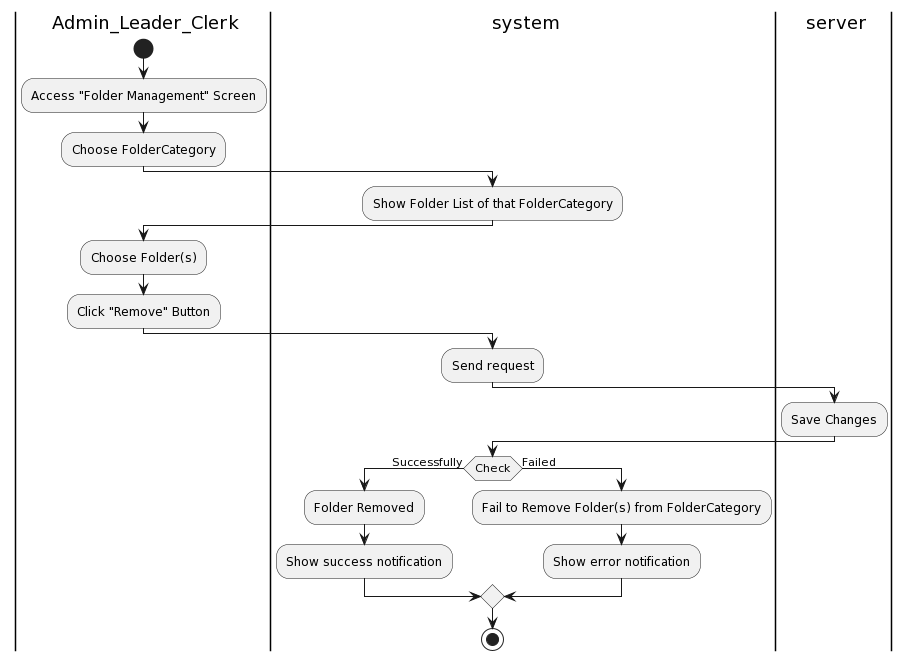
This is Lab1/Lab1.2/Activity Diagram/FolderCategory/RemoveFolderfromFolderCategory/RemoveFolderfromFolderCategory.png from khoapham1003/SE357-Pratice-class, a PlantUML export, as it was before one commit. Its diagram source:
```plantuml
@startuml
|a| Admin_Leader_Clerk
|sys| system
|ser| server
|a|
start
:Access "Folder Management" Screen;
:Choose FolderCategory;
|sys|
:Show Folder List of that FolderCategory;
|a|
:Choose Folder(s);
:Click "Remove" Button;
|sys|
:Send request;
|ser|
:Save Changes;
|sys|
if(Check) then (Successfully)
:Folder Removed;
:Show success notification;
else (Failed)
:Fail to Remove Folder(s) from FolderCategory;
:Show error notification;
endif

stop
@enduml
```
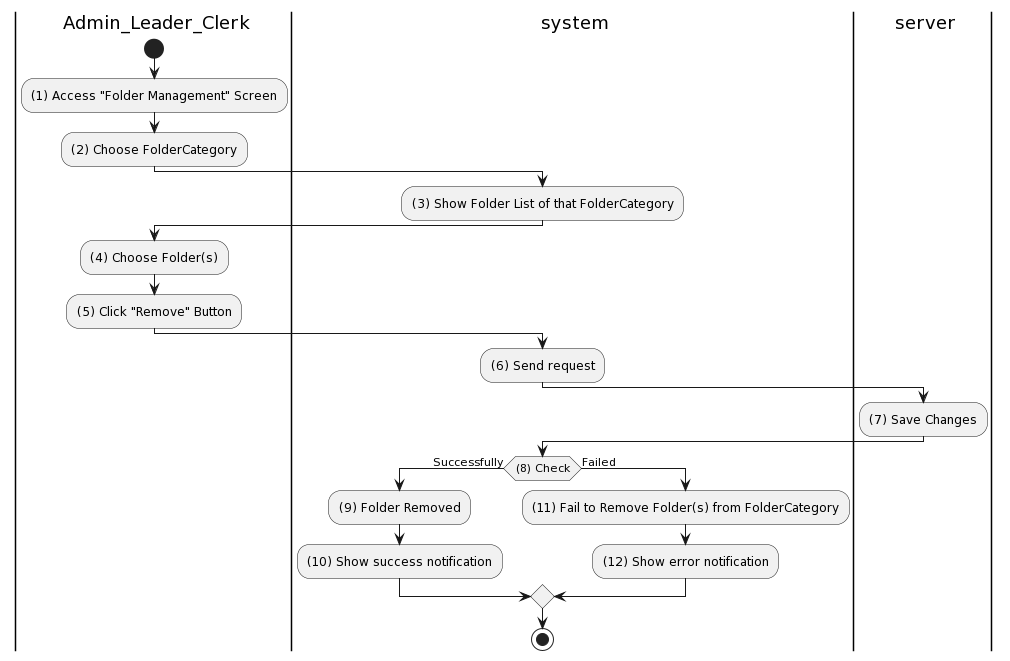
The same file after the commit.

Diff of the diagram source:
```diff
@@ -4,24 +4,24 @@
 |ser| server
 |a|
 start
-:Access "Folder Management" Screen;
-:Choose FolderCategory;
+:(1) Access "Folder Management" Screen;
+:(2) Choose FolderCategory;
 |sys|
-:Show Folder List of that FolderCategory;
+:(3) Show Folder List of that FolderCategory;
 |a|
-:Choose Folder(s);
-:Click "Remove" Button;
+:(4) Choose Folder(s);
+:(5) Click "Remove" Button;
 |sys|
-:Send request;
+:(6) Send request;
 |ser|
-:Save Changes;
+:(7) Save Changes;
 |sys|
-if(Check) then (Successfully)
-:Folder Removed;
-:Show success notification;
+if((8) Check) then (Successfully)
+:(9) Folder Removed;
+:(10) Show success notification;
 else (Failed)
-:Fail to Remove Folder(s) from FolderCategory;
-:Show error notification;
+:(11) Fail to Remove Folder(s) from FolderCategory;
+:(12) Show error notification;
 endif
 
 stop
```
